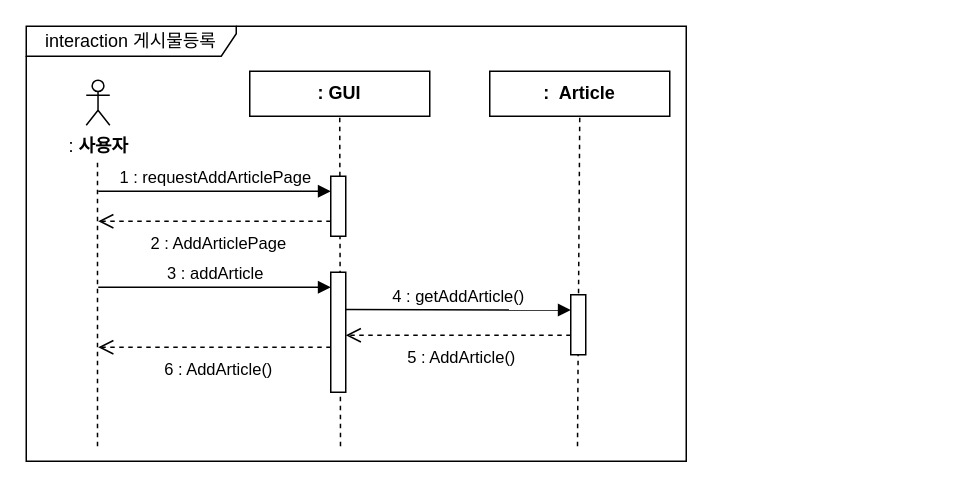
Before: page "게시물등록" (9 of 31) of KB 3기 2반 5조.drawio in C0012S/SoBe-it, a draw.io diagram. Source tidied: cells renumbered, new cells numbered last; positions are measured from the earlier drawing's top-left corner, leaving out a move shared by most shapes. Both pictures are drawn from the tidied source at 150%, with x=0, y=0 at pixel (26, 26).
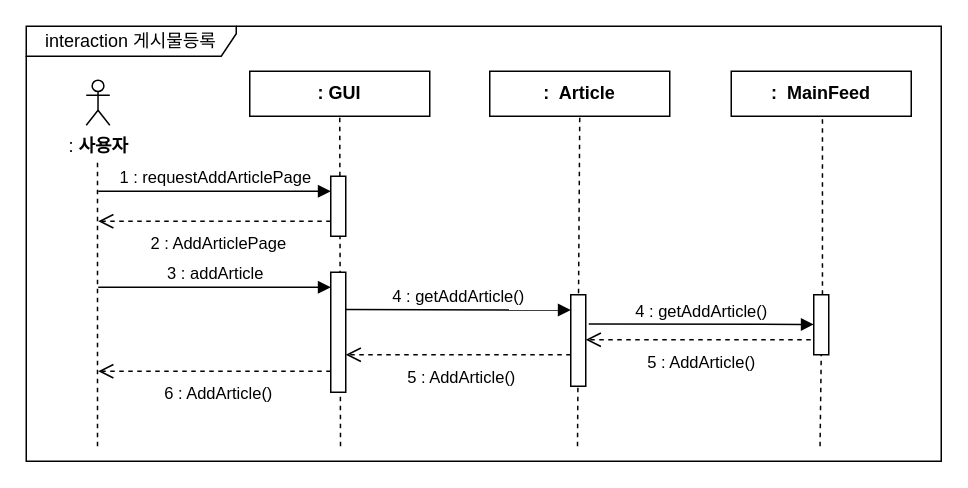
Above is the later version.

The edit, as a diff of the source:
```diff
@@
     <mxCell id="13" style="html=1;perimeter=orthogonalPerimeter;targetShapes=umlLifeline;newEdgeStyle={&quot;edgeStyle&quot;:&quot;elbowEdgeStyle&quot;,&quot;elbow&quot;:&quot;vertical&quot;,&quot;curved&quot;:0,&quot;rounded&quot;:0};" parent="1" vertex="1">
-      <mxGeometry x="363" y="179" width="10" height="40" as="geometry" />
+      <mxGeometry x="363" y="179" width="10" height="61" as="geometry" />
     </mxCell>
@@
     <mxCell id="15" value="5 : AddArticle()" style="html=1;verticalAlign=bottom;endArrow=open;dashed=1;endSize=8;edgeStyle=elbowEdgeStyle;elbow=vertical;curved=0;rounded=0;" parent="1" edge="1">
       <mxGeometry x="-0.03" y="24" relative="1" as="geometry">
-        <mxPoint x="363" y="206" as="sourcePoint" />
-        <mxPoint x="213" y="206" as="targetPoint" />
+        <mxPoint x="363" y="219" as="sourcePoint" />
+        <mxPoint x="213" y="219" as="targetPoint" />
       </mxGeometry>
     </mxCell>
     <mxCell id="16" value="6 : AddArticle()" style="html=1;verticalAlign=bottom;endArrow=open;dashed=1;endSize=8;edgeStyle=elbowEdgeStyle;elbow=vertical;curved=0;rounded=0;" parent="1" edge="1">
       <mxGeometry x="-0.03" y="24" relative="1" as="geometry">
-        <mxPoint x="203" y="214" as="sourcePoint" />
-        <mxPoint x="48" y="214" as="targetPoint" />
+        <mxPoint x="203" y="230" as="sourcePoint" />
+        <mxPoint x="48" y="230" as="targetPoint" />
       </mxGeometry>
     </mxCell>
     <mxCell id="17" value="interaction 게시물등록" style="shape=umlFrame;whiteSpace=wrap;html=1;width=140;height=20;" parent="1" vertex="1">
-      <mxGeometry width="440" height="290" as="geometry" />
+      <mxGeometry width="610" height="290" as="geometry" />
     </mxCell>
+    <mxCell id="18" value="&lt;b&gt;:&amp;nbsp; MainFeed&lt;/b&gt;" style="rounded=0;whiteSpace=wrap;html=1;" parent="1" vertex="1">
+      <mxGeometry x="470" y="30" width="120" height="30" as="geometry" />
+    </mxCell>
+    <mxCell id="19" style="endArrow=none;dashed=1;html=1;rounded=0;entryX=0.5;entryY=1;entryDx=0;entryDy=0;" parent="1" edge="1" source="21">
+      <mxGeometry relative="1" as="geometry">
+        <mxPoint x="530.8" y="60" as="targetPoint" />
+      </mxGeometry>
+    </mxCell>
+    <mxCell id="20" style="endArrow=none;dashed=1;html=1;rounded=0;entryX=0.5;entryY=1;entryDx=0;entryDy=0;" parent="1" edge="1" target="21">
+      <mxGeometry relative="1" as="geometry">
+        <mxPoint x="529.2" y="280" as="sourcePoint" />
+      </mxGeometry>
+    </mxCell>
+    <mxCell id="21" style="html=1;points=[];perimeter=orthogonalPerimeter;outlineConnect=0;targetShapes=umlLifeline;portConstraint=eastwest;newEdgeStyle={&quot;edgeStyle&quot;:&quot;elbowEdgeStyle&quot;,&quot;elbow&quot;:&quot;vertical&quot;,&quot;curved&quot;:0,&quot;rounded&quot;:0};" parent="1" vertex="1">
+      <mxGeometry x="525" y="179" width="10" height="40" as="geometry" />
+    </mxCell>
+    <mxCell id="22" value="4 : getAddArticle()" style="html=1;verticalAlign=bottom;endArrow=block;edgeStyle=elbowEdgeStyle;elbow=vertical;curved=0;rounded=0;" parent="1" edge="1">
+      <mxGeometry relative="1" as="geometry">
+        <mxPoint x="375" y="198.5" as="sourcePoint" />
+        <mxPoint x="525" y="198.8" as="targetPoint" />
+        <Array as="points">
+          <mxPoint x="530" y="198.8" />
+        </Array>
+      </mxGeometry>
+    </mxCell>
+    <mxCell id="23" value="5 : AddArticle()" style="html=1;verticalAlign=bottom;endArrow=open;dashed=1;endSize=8;edgeStyle=elbowEdgeStyle;elbow=vertical;curved=0;rounded=0;" parent="1" edge="1">
+      <mxGeometry x="-0.03" y="24" relative="1" as="geometry">
+        <mxPoint x="523" y="209" as="sourcePoint" />
+        <mxPoint x="373" y="209" as="targetPoint" />
+      </mxGeometry>
+    </mxCell>
```
